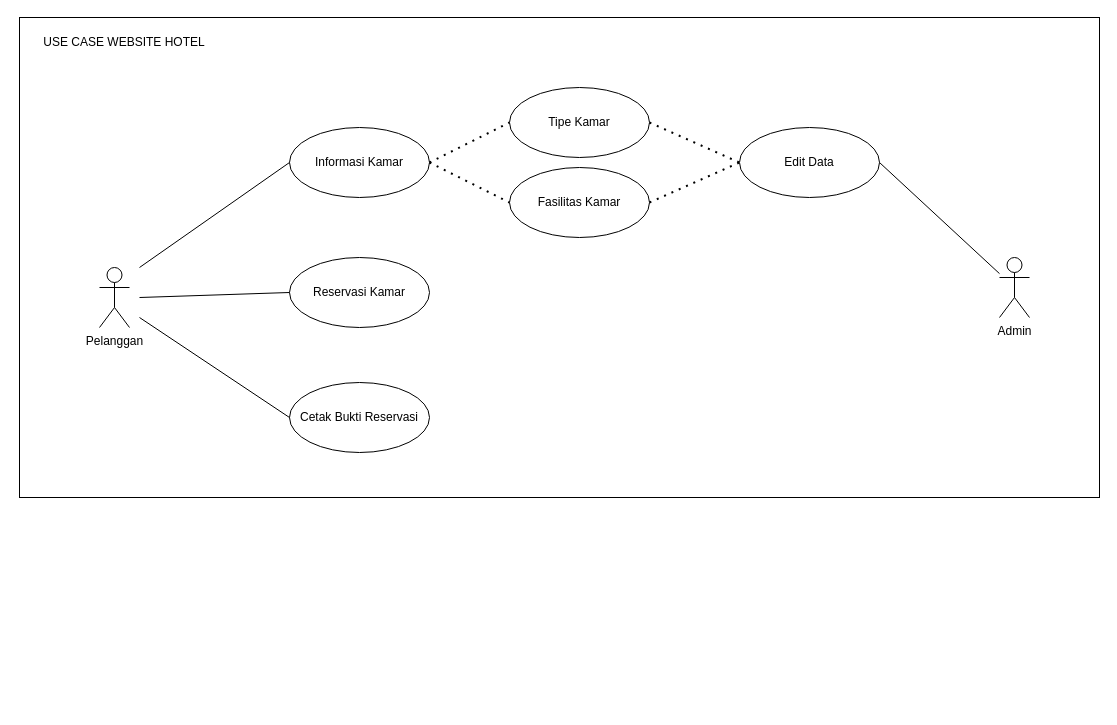
The draw.io diagram use case.drawio in muhammdrifq/TUGAS-Kelompok-hotel, before the edit. Source tidied: cells renumbered, new cells numbered last; positions are measured from the earlier drawing's top-left corner, leaving out a move shared by most shapes. Both pictures are drawn from the tidied source at 100%, with x=0, y=0 at pixel (19, 17).
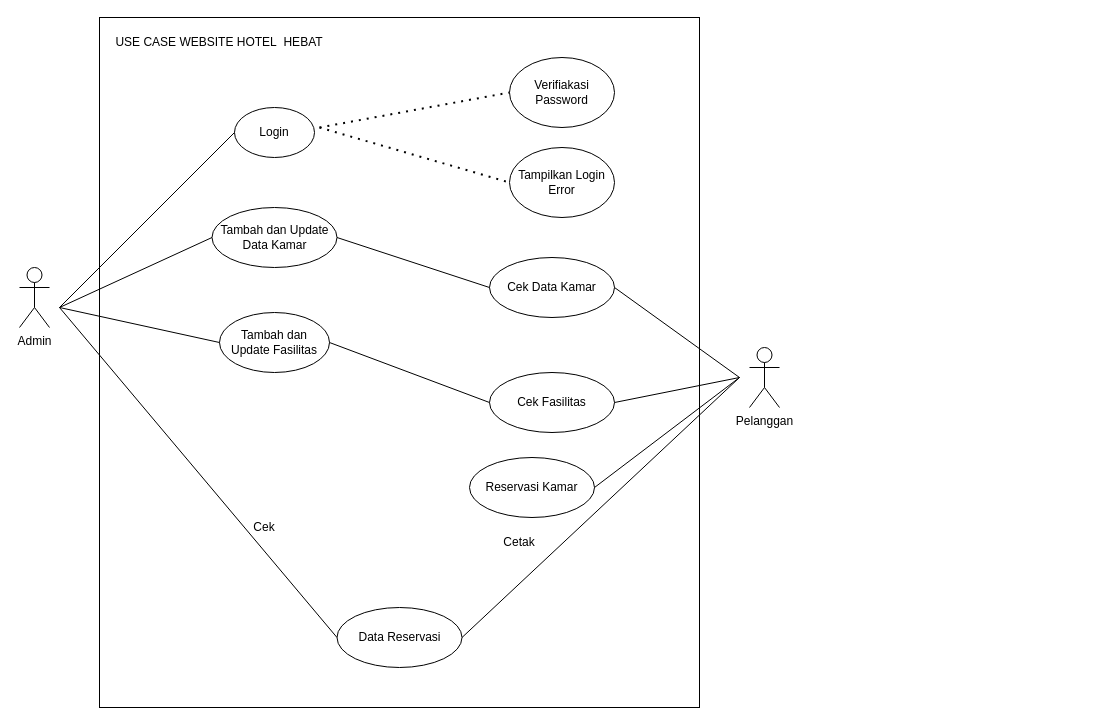
After the change.

The edit, as a diff of the source:
```diff
@@
-    <mxCell id="2" style="rounded=0;whiteSpace=wrap;html=1;" parent="1" vertex="1">
-      <mxGeometry width="1080" height="480" as="geometry" />
-    </mxCell>
-    <mxCell id="3" value="Informasi Kamar" style="ellipse;whiteSpace=wrap;html=1;" parent="1" vertex="1">
-      <mxGeometry x="270" y="110" width="140" height="70" as="geometry" />
-    </mxCell>
-    <mxCell id="4" value="Tipe Kamar" style="ellipse;whiteSpace=wrap;html=1;" parent="1" vertex="1">
-      <mxGeometry x="490" y="70" width="140" height="70" as="geometry" />
-    </mxCell>
-    <mxCell id="5" value="Fasilitas Kamar" style="ellipse;whiteSpace=wrap;html=1;" parent="1" vertex="1">
-      <mxGeometry x="490" y="150" width="140" height="70" as="geometry" />
-    </mxCell>
+    <mxCell id="20" style="rounded=0;whiteSpace=wrap;html=1;gradientColor=#ffffff;" parent="1" vertex="1">
+      <mxGeometry x="80" width="600" height="690" as="geometry" />
+    </mxCell>
+    <mxCell id="21" value="USE CASE WEBSITE HOTEL&amp;nbsp; HEBAT" style="text;html=1;strokeColor=none;fillColor=none;align=center;verticalAlign=middle;whiteSpace=wrap;rounded=0;" parent="1" vertex="1">
+      <mxGeometry x="90" y="10" width="220" height="30" as="geometry" />
+    </mxCell>
+    <mxCell id="22" value="Login" style="ellipse;whiteSpace=wrap;html=1;" parent="1" vertex="1">
+      <mxGeometry x="215" y="90" width="80" height="50" as="geometry" />
+    </mxCell>
+    <mxCell id="23" value="Verifiakasi Password" style="ellipse;whiteSpace=wrap;html=1;fillColor=none;gradientColor=none;" parent="1" vertex="1">
+      <mxGeometry x="490" y="40" width="105" height="70" as="geometry" />
+    </mxCell>
+    <mxCell id="24" value="Tampilkan Login Error" style="ellipse;whiteSpace=wrap;html=1;fillColor=none;gradientColor=none;" parent="1" vertex="1">
+      <mxGeometry x="490" y="130" width="105" height="70" as="geometry" />
+    </mxCell>
+    <mxCell id="25" value="Tambah dan Update Fasilitas" style="ellipse;whiteSpace=wrap;html=1;" parent="1" vertex="1">
+      <mxGeometry x="200" y="295" width="110" height="60" as="geometry" />
+    </mxCell>
+    <mxCell id="26" value="Tambah dan Update Data Kamar" style="ellipse;whiteSpace=wrap;html=1;" parent="1" vertex="1">
+      <mxGeometry x="192.5" y="190" width="125" height="60" as="geometry" />
+    </mxCell>
+    <mxCell id="17" value="Admin" style="shape=umlActor;verticalLabelPosition=bottom;verticalAlign=top;html=1;fontColor=#000000;fillColor=none;gradientColor=none;" parent="1" vertex="1">
+      <mxGeometry y="250" width="30" height="60" as="geometry" />
+    </mxCell>
+    <mxCell id="27" style="endArrow=none;html=1;rounded=0;fontColor=#000000;entryX=0;entryY=0.5;entryDx=0;entryDy=0;" parent="1" edge="1" target="22">
+      <mxGeometry relative="1" as="geometry">
+        <mxPoint x="40" y="290" as="sourcePoint" />
+      </mxGeometry>
+    </mxCell>
+    <mxCell id="28" style="endArrow=none;html=1;rounded=0;fontColor=#000000;entryX=0;entryY=0.5;entryDx=0;entryDy=0;" parent="1" edge="1" target="26">
+      <mxGeometry relative="1" as="geometry">
+        <mxPoint x="40" y="290" as="sourcePoint" />
+      </mxGeometry>
+    </mxCell>
+    <mxCell id="29" style="endArrow=none;html=1;rounded=0;fontColor=#000000;entryX=0;entryY=0.5;entryDx=0;entryDy=0;" parent="1" edge="1" target="25">
+      <mxGeometry relative="1" as="geometry">
+        <mxPoint x="40" y="290" as="sourcePoint" />
+      </mxGeometry>
+    </mxCell>
+    <mxCell id="30" style="endArrow=none;dashed=1;html=1;dashPattern=1 3;strokeWidth=2;rounded=0;fontColor=#000000;entryX=0;entryY=0.5;entryDx=0;entryDy=0;" parent="1" edge="1" target="23">
+      <mxGeometry relative="1" as="geometry">
+        <mxPoint x="300" y="110" as="sourcePoint" />
+      </mxGeometry>
+    </mxCell>
+    <mxCell id="31" style="endArrow=none;dashed=1;html=1;dashPattern=1 3;strokeWidth=2;rounded=0;fontColor=#000000;entryX=0;entryY=0.5;entryDx=0;entryDy=0;" parent="1" edge="1" target="24">
+      <mxGeometry relative="1" as="geometry">
+        <mxPoint x="300" y="110" as="sourcePoint" />
+      </mxGeometry>
+    </mxCell>
+    <mxCell id="32" value="Cek Data Kamar" style="ellipse;whiteSpace=wrap;html=1;" parent="1" vertex="1">
+      <mxGeometry x="470" y="240" width="125" height="60" as="geometry" />
+    </mxCell>
+    <mxCell id="33" value="Cek Fasilitas" style="ellipse;whiteSpace=wrap;html=1;" parent="1" vertex="1">
+      <mxGeometry x="470" y="355" width="125" height="60" as="geometry" />
+    </mxCell>
     <mxCell id="6" value="Reservasi Kamar" style="ellipse;whiteSpace=wrap;html=1;" parent="1" vertex="1">
-      <mxGeometry x="270" y="240" width="140" height="70" as="geometry" />
+      <mxGeometry x="450" y="440" width="125" height="60" as="geometry" />
     </mxCell>
-    <mxCell id="7" value="Cetak Bukti Reservasi" style="ellipse;whiteSpace=wrap;html=1;" parent="1" vertex="1">
-      <mxGeometry x="270" y="365" width="140" height="70" as="geometry" />
-    </mxCell>
+    <mxCell id="34" value="Data Reservasi" style="ellipse;whiteSpace=wrap;html=1;" parent="1" vertex="1">
+      <mxGeometry x="317.5" y="590" width="125" height="60" as="geometry" />
+    </mxCell>
-    <mxCell id="8" value="Pelanggan" style="shape=umlActor;verticalLabelPosition=bottom;verticalAlign=top;html=1;" parent="1" vertex="1">
-      <mxGeometry x="80" y="250" width="30" height="60" as="geometry" />
+    <mxCell id="8" value="Pelanggan" style="shape=umlActor;verticalLabelPosition=bottom;verticalAlign=top;html=1;fontColor=#000000;fillColor=none;gradientColor=none;" parent="1" vertex="1">
+      <mxGeometry x="730" y="330" width="30" height="60" as="geometry" />
     </mxCell>
-    <mxCell id="9" style="endArrow=none;html=1;rounded=0;entryX=0;entryY=0.5;entryDx=0;entryDy=0;" parent="1" edge="1" target="3">
-      <mxGeometry relative="1" as="geometry">
-        <mxPoint x="120" y="250" as="sourcePoint" />
-      </mxGeometry>
-    </mxCell>
-    <mxCell id="10" style="endArrow=none;dashed=1;html=1;dashPattern=1 3;strokeWidth=2;rounded=0;entryX=0;entryY=0.5;entryDx=0;entryDy=0;exitX=1;exitY=0.5;exitDx=0;exitDy=0;" parent="1" edge="1" source="3" target="4">
-      <mxGeometry relative="1" as="geometry" />
-    </mxCell>
-    <mxCell id="11" style="endArrow=none;dashed=1;html=1;dashPattern=1 3;strokeWidth=2;rounded=0;entryX=0;entryY=0.5;entryDx=0;entryDy=0;exitX=1;exitY=0.5;exitDx=0;exitDy=0;" parent="1" edge="1" source="3" target="5">
-      <mxGeometry relative="1" as="geometry" />
-    </mxCell>
-    <mxCell id="12" style="endArrow=none;html=1;rounded=0;entryX=0;entryY=0.5;entryDx=0;entryDy=0;" parent="1" edge="1" target="6">
-      <mxGeometry relative="1" as="geometry">
-        <mxPoint x="120" y="280" as="sourcePoint" />
-      </mxGeometry>
-    </mxCell>
-    <mxCell id="13" style="endArrow=none;html=1;rounded=0;entryX=0;entryY=0.5;entryDx=0;entryDy=0;" parent="1" edge="1" target="7">
-      <mxGeometry relative="1" as="geometry">
-        <mxPoint x="120" y="300" as="sourcePoint" />
-      </mxGeometry>
-    </mxCell>
-    <mxCell id="14" value="Edit Data" style="ellipse;whiteSpace=wrap;html=1;" parent="1" vertex="1">
-      <mxGeometry x="720" y="110" width="140" height="70" as="geometry" />
-    </mxCell>
-    <mxCell id="15" style="endArrow=none;dashed=1;html=1;dashPattern=1 3;strokeWidth=2;rounded=0;entryX=0;entryY=0.5;entryDx=0;entryDy=0;exitX=1;exitY=0.5;exitDx=0;exitDy=0;" parent="1" edge="1" source="5" target="14">
-      <mxGeometry relative="1" as="geometry" />
-    </mxCell>
-    <mxCell id="16" style="endArrow=none;dashed=1;html=1;dashPattern=1 3;strokeWidth=2;rounded=0;entryX=0;entryY=0.5;entryDx=0;entryDy=0;exitX=1;exitY=0.5;exitDx=0;exitDy=0;" parent="1" edge="1" source="4" target="14">
-      <mxGeometry relative="1" as="geometry" />
-    </mxCell>
-    <mxCell id="17" value="Admin" style="shape=umlActor;verticalLabelPosition=bottom;verticalAlign=top;html=1;outlineConnect=0;" parent="1" vertex="1">
-      <mxGeometry x="980" y="240" width="30" height="60" as="geometry" />
-    </mxCell>
-    <mxCell id="18" style="endArrow=none;html=1;rounded=0;exitX=1;exitY=0.5;exitDx=0;exitDy=0;" parent="1" edge="1" source="14" target="17">
-      <mxGeometry relative="1" as="geometry" />
-    </mxCell>
-    <mxCell id="19" value="USE CASE WEBSITE HOTEL" style="text;html=1;strokeColor=none;fillColor=none;align=center;verticalAlign=middle;whiteSpace=wrap;rounded=0;" parent="1" vertex="1">
-      <mxGeometry x="10" y="10" width="190" height="30" as="geometry" />
-    </mxCell>
+    <mxCell id="35" style="endArrow=none;html=1;rounded=0;fontColor=#000000;entryX=0;entryY=0.5;entryDx=0;entryDy=0;entryPerimeter=0;exitX=1;exitY=0.5;exitDx=0;exitDy=0;" parent="1" edge="1" source="26" target="32">
+      <mxGeometry relative="1" as="geometry" />
+    </mxCell>
+    <mxCell id="36" style="endArrow=none;html=1;rounded=0;fontColor=#000000;entryX=0;entryY=0.5;entryDx=0;entryDy=0;exitX=1;exitY=0.5;exitDx=0;exitDy=0;" parent="1" edge="1" source="25" target="33">
+      <mxGeometry relative="1" as="geometry" />
+    </mxCell>
+    <mxCell id="37" style="endArrow=none;html=1;rounded=0;fontColor=#000000;entryX=0;entryY=0.5;entryDx=0;entryDy=0;" parent="1" edge="1" target="34">
+      <mxGeometry relative="1" as="geometry">
+        <mxPoint x="40" y="290" as="sourcePoint" />
+      </mxGeometry>
+    </mxCell>
+    <mxCell id="38" value="Cek" style="text;html=1;strokeColor=none;fillColor=none;align=center;verticalAlign=middle;whiteSpace=wrap;rounded=0;fontColor=#000000;rotation=0;" parent="1" vertex="1">
+      <mxGeometry x="215" y="495" width="60" height="30" as="geometry" />
+    </mxCell>
+    <mxCell id="39" style="endArrow=none;html=1;rounded=0;fontColor=#000000;exitX=1;exitY=0.5;exitDx=0;exitDy=0;" parent="1" edge="1" source="6">
+      <mxGeometry relative="1" as="geometry">
+        <mxPoint x="720" y="360" as="targetPoint" />
+      </mxGeometry>
+    </mxCell>
+    <mxCell id="40" style="endArrow=none;html=1;rounded=0;fontColor=#000000;exitX=1;exitY=0.5;exitDx=0;exitDy=0;" parent="1" edge="1" source="33">
+      <mxGeometry relative="1" as="geometry">
+        <mxPoint x="720" y="360" as="targetPoint" />
+      </mxGeometry>
+    </mxCell>
+    <mxCell id="41" style="endArrow=none;html=1;rounded=0;fontColor=#000000;exitX=1;exitY=0.5;exitDx=0;exitDy=0;" parent="1" edge="1" source="32">
+      <mxGeometry relative="1" as="geometry">
+        <mxPoint x="720" y="360" as="targetPoint" />
+      </mxGeometry>
+    </mxCell>
+    <mxCell id="42" style="endArrow=none;html=1;rounded=0;fontColor=#000000;exitX=1;exitY=0.5;exitDx=0;exitDy=0;" parent="1" edge="1" source="34">
+      <mxGeometry relative="1" as="geometry">
+        <mxPoint x="720" y="360" as="targetPoint" />
+      </mxGeometry>
+    </mxCell>
+    <mxCell id="43" value="Cetak" style="text;html=1;strokeColor=none;fillColor=none;align=center;verticalAlign=middle;whiteSpace=wrap;rounded=0;fontColor=#000000;" parent="1" vertex="1">
+      <mxGeometry x="470" y="510" width="60" height="30" as="geometry" />
+    </mxCell>
```
